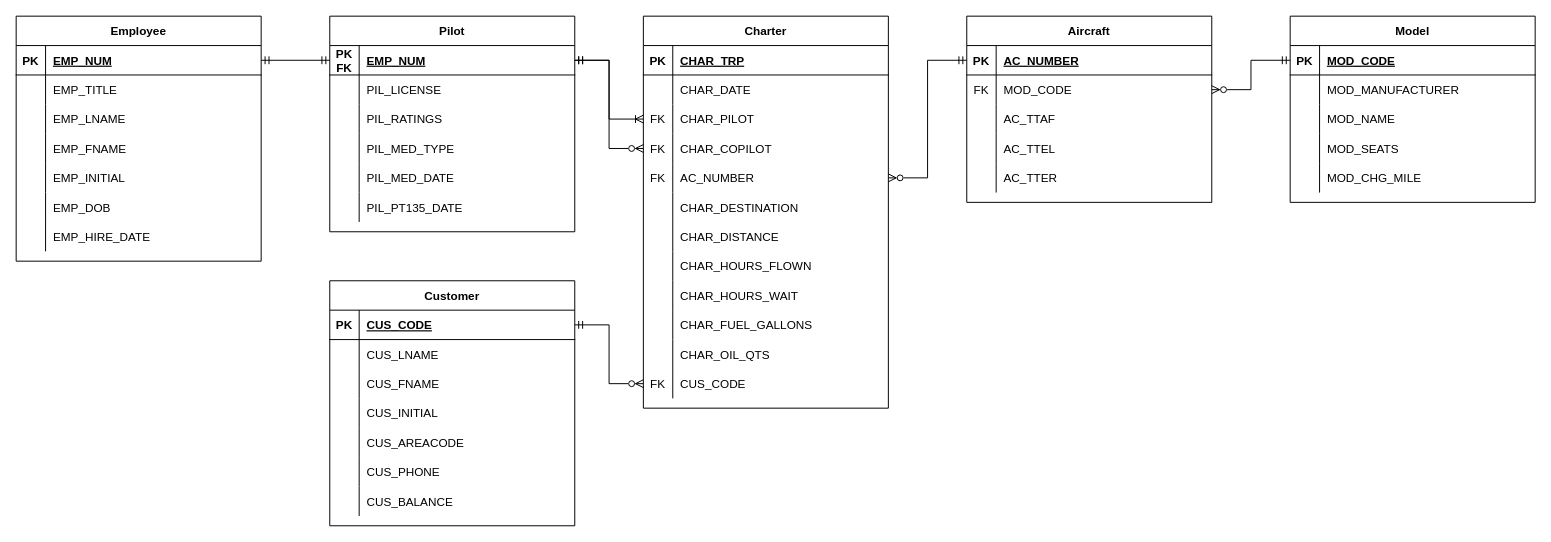
The draw.io diagram aircraft.drawio in Cowsox/Cowsox, before the edit. Source tidied: cells renumbered, new cells numbered last; positions are measured from the earlier drawing's top-left corner, leaving out a move shared by most shapes. Both pictures are drawn from the tidied source at 98%, with x=0, y=0 at pixel (16, 16).
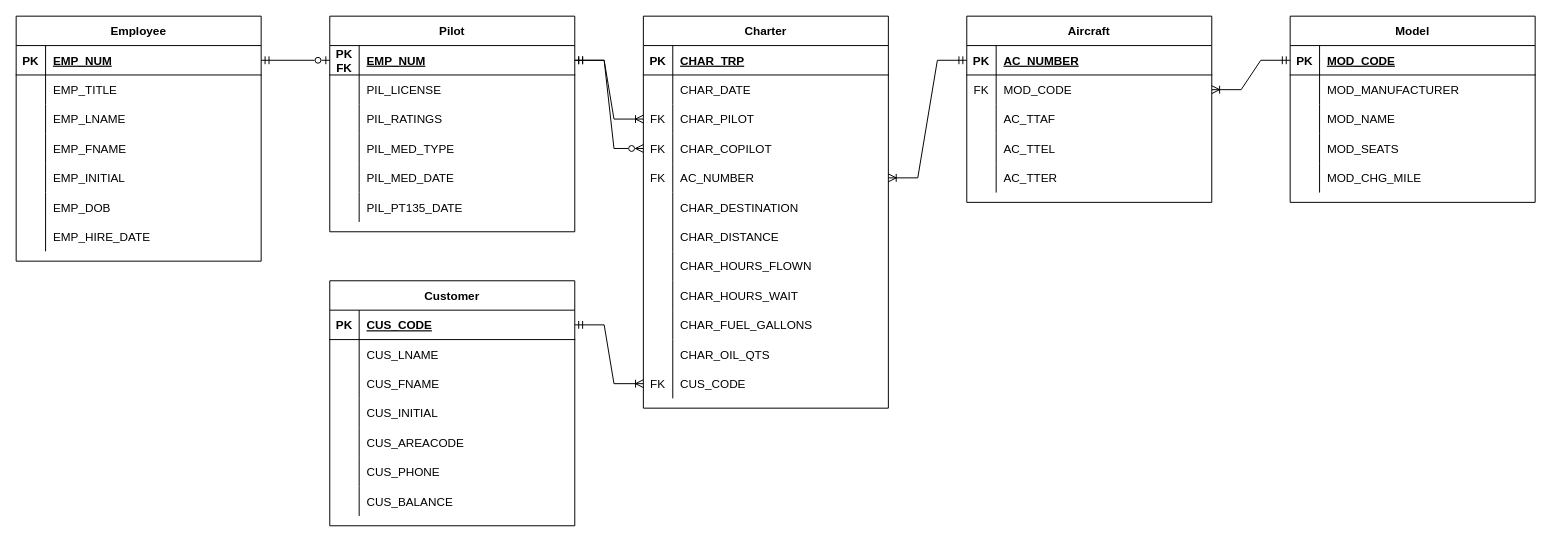
The same page after the edit.

Unchanged cells that the change refers to:
```xml
<mxCell id="3" style="shape=partialRectangle;fillColor=none;points=[[0,0.5],[1,0.5]];portConstraint=eastwest;top=0;left=0;right=0;bottom=1;" parent="2" vertex="1">
  <mxGeometry y="30" width="250" height="30" as="geometry" />
</mxCell>
<mxCell id="6" style="shape=partialRectangle;fillColor=none;points=[[0,0.5],[1,0.5]];portConstraint=eastwest;top=0;left=0;right=0;bottom=0;" parent="2" vertex="1">
  <mxGeometry y="60" width="250" height="30" as="geometry" />
</mxCell>
<mxCell id="19" style="shape=partialRectangle;fillColor=none;points=[[0,0.5],[1,0.5]];portConstraint=eastwest;top=0;left=0;right=0;bottom=1;" parent="18" vertex="1">
  <mxGeometry y="30" width="250" height="30" as="geometry" />
</mxCell>
<mxCell id="41" style="shape=partialRectangle;fillColor=none;points=[[0,0.5],[1,0.5]];portConstraint=eastwest;top=0;left=0;right=0;bottom=0;" parent="34" vertex="1">
  <mxGeometry y="90" width="250" height="30" as="geometry" />
</mxCell>
<mxCell id="44" style="shape=partialRectangle;fillColor=none;points=[[0,0.5],[1,0.5]];portConstraint=eastwest;top=0;left=0;right=0;bottom=0;" parent="34" vertex="1">
  <mxGeometry y="120" width="250" height="30" as="geometry" />
</mxCell>
<mxCell id="47" style="shape=partialRectangle;fillColor=none;points=[[0,0.5],[1,0.5]];portConstraint=eastwest;top=0;left=0;right=0;bottom=0;" parent="34" vertex="1">
  <mxGeometry y="150" width="250" height="30" as="geometry" />
</mxCell>
<mxCell id="68" style="shape=partialRectangle;fillColor=none;points=[[0,0.5],[1,0.5]];portConstraint=eastwest;top=0;left=0;right=0;bottom=0;" parent="34" vertex="1">
  <mxGeometry y="360" width="250" height="30" as="geometry" />
</mxCell>
<mxCell id="72" style="shape=partialRectangle;fillColor=none;points=[[0,0.5],[1,0.5]];portConstraint=eastwest;top=0;left=0;right=0;bottom=1;" parent="71" vertex="1">
  <mxGeometry y="30" width="250" height="30" as="geometry" />
</mxCell>
<mxCell id="91" style="shape=partialRectangle;fillColor=none;points=[[0,0.5],[1,0.5]];portConstraint=eastwest;top=0;left=0;right=0;bottom=1;" parent="90" vertex="1">
  <mxGeometry y="30" width="250" height="30" as="geometry" />
</mxCell>
<mxCell id="113" style="shape=partialRectangle;fillColor=none;points=[[0,0.5],[1,0.5]];portConstraint=eastwest;top=0;left=0;right=0;bottom=1;" parent="112" vertex="1">
  <mxGeometry y="30" width="250" height="30" as="geometry" />
</mxCell>
```

What changed in the source:
```diff
@@
-    <mxCell id="134" style="edgeStyle=orthogonalEdgeStyle;rounded=0;jettySize=auto;html=1;exitX=0;exitY=0.5;exitDx=0;exitDy=0;entryX=1;entryY=0.5;entryDx=0;entryDy=0;endArrow=ERzeroToMany;endFill=0;startArrow=ERmandOne;startFill=0;" parent="1" edge="1" source="19" target="6">
+    <mxCell id="134" style="edgeStyle=entityRelationEdgeStyle;rounded=0;jettySize=auto;html=1;exitX=0;exitY=0.5;exitDx=0;exitDy=0;entryX=1;entryY=0.5;entryDx=0;entryDy=0;endArrow=ERoneToMany;endFill=0;startArrow=ERmandOne;startFill=0;" parent="1" edge="1" source="19" target="6">
       <mxGeometry relative="1" as="geometry" />
     </mxCell>
-    <mxCell id="135" style="edgeStyle=orthogonalEdgeStyle;rounded=0;jettySize=auto;html=1;exitX=0;exitY=0.5;exitDx=0;exitDy=0;entryX=1;entryY=0.5;entryDx=0;entryDy=0;endArrow=ERzeroToMany;endFill=0;startArrow=ERmandOne;startFill=0;" parent="1" edge="1" source="3" target="47">
+    <mxCell id="135" style="edgeStyle=entityRelationEdgeStyle;rounded=0;jettySize=auto;html=1;exitX=0;exitY=0.5;exitDx=0;exitDy=0;entryX=1;entryY=0.5;entryDx=0;entryDy=0;endArrow=ERoneToMany;endFill=0;startArrow=ERmandOne;startFill=0;" parent="1" edge="1" source="3" target="47">
       <mxGeometry relative="1" as="geometry" />
     </mxCell>
-    <mxCell id="136" style="edgeStyle=orthogonalEdgeStyle;rounded=0;jettySize=auto;html=1;exitX=1;exitY=0.5;exitDx=0;exitDy=0;entryX=0;entryY=0.5;entryDx=0;entryDy=0;startArrow=ERmandOne;startFill=0;endArrow=ERzeroToMany;endFill=0;" parent="1" edge="1" source="113" target="68">
+    <mxCell id="136" style="edgeStyle=entityRelationEdgeStyle;rounded=0;jettySize=auto;html=1;exitX=1;exitY=0.5;exitDx=0;exitDy=0;entryX=0;entryY=0.5;entryDx=0;entryDy=0;startArrow=ERmandOne;startFill=0;endArrow=ERoneToMany;endFill=0;" parent="1" edge="1" source="113" target="68">
       <mxGeometry relative="1" as="geometry" />
     </mxCell>
-    <mxCell id="137" style="edgeStyle=orthogonalEdgeStyle;rounded=0;jettySize=auto;html=1;exitX=1;exitY=0.5;exitDx=0;exitDy=0;entryX=0;entryY=0.5;entryDx=0;entryDy=0;startArrow=ERmandOne;startFill=0;endArrow=ERoneToMany;endFill=0;" parent="1" edge="1" source="72" target="41">
+    <mxCell id="137" style="edgeStyle=entityRelationEdgeStyle;rounded=0;jettySize=auto;html=1;exitX=1;exitY=0.5;exitDx=0;exitDy=0;entryX=0;entryY=0.5;entryDx=0;entryDy=0;startArrow=ERmandOne;startFill=0;endArrow=ERoneToMany;endFill=0;" parent="1" edge="1" source="72" target="41">
       <mxGeometry relative="1" as="geometry" />
     </mxCell>
-    <mxCell id="138" style="edgeStyle=orthogonalEdgeStyle;rounded=0;jettySize=auto;html=1;exitX=1;exitY=0.5;exitDx=0;exitDy=0;entryX=0;entryY=0.5;entryDx=0;entryDy=0;startArrow=ERmandOne;startFill=0;endArrow=ERzeroToMany;endFill=0;" parent="1" edge="1" source="72" target="44">
+    <mxCell id="138" style="edgeStyle=entityRelationEdgeStyle;rounded=0;jettySize=auto;html=1;exitX=1;exitY=0.5;exitDx=0;exitDy=0;entryX=0;entryY=0.5;entryDx=0;entryDy=0;startArrow=ERmandOne;startFill=0;endArrow=ERzeroToMany;endFill=0;" parent="1" edge="1" source="72" target="44">
       <mxGeometry relative="1" as="geometry" />
     </mxCell>
-    <mxCell id="139" style="edgeStyle=orthogonalEdgeStyle;rounded=0;jettySize=auto;html=1;exitX=1;exitY=0.5;exitDx=0;exitDy=0;entryX=0;entryY=0.5;entryDx=0;entryDy=0;startArrow=ERmandOne;startFill=0;endArrow=ERmandOne;endFill=0;" parent="1" edge="1" source="91" target="72">
+    <mxCell id="139" style="edgeStyle=orthogonalEdgeStyle;rounded=0;jettySize=auto;html=1;exitX=1;exitY=0.5;exitDx=0;exitDy=0;entryX=0;entryY=0.5;entryDx=0;entryDy=0;startArrow=ERmandOne;startFill=0;endArrow=ERzeroToOne;endFill=0;" parent="1" edge="1" source="91" target="72">
       <mxGeometry relative="1" as="geometry" />
     </mxCell>
```
